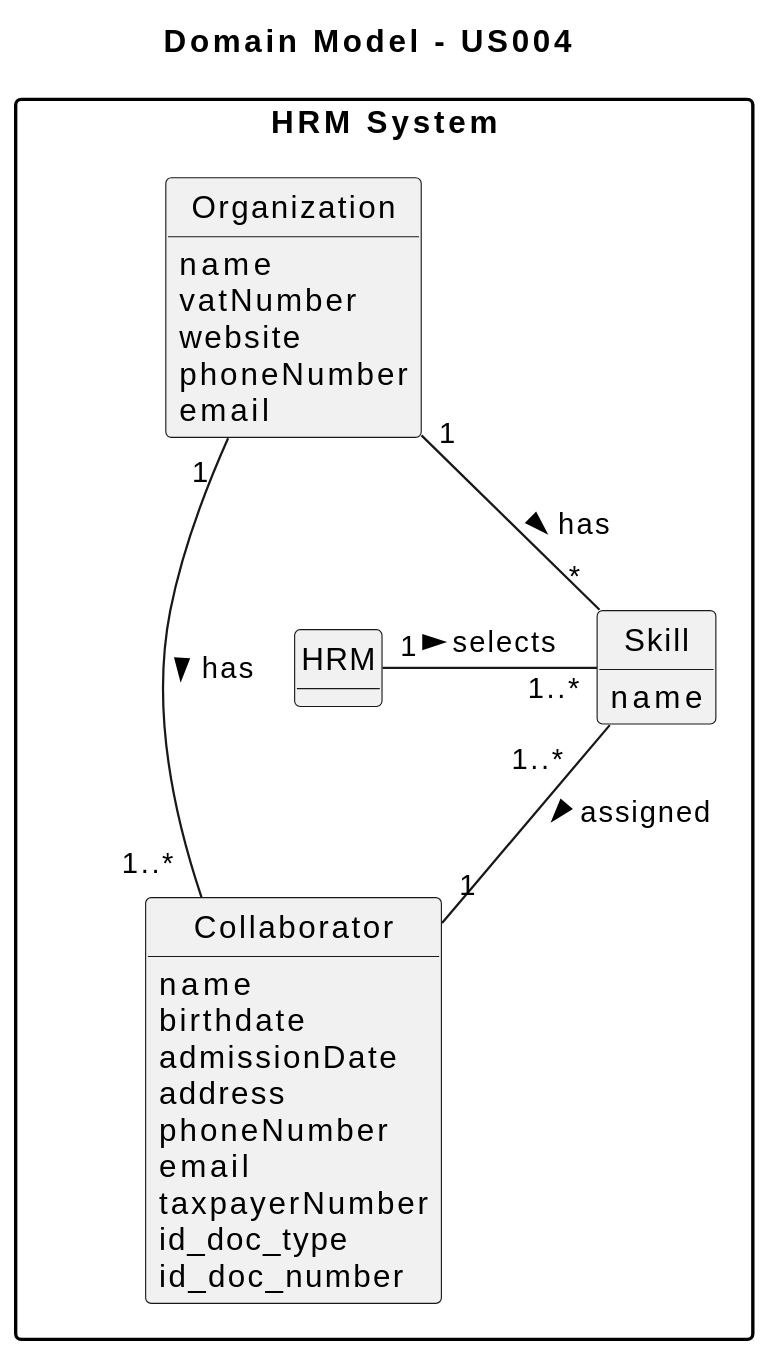
Above: docs/sprintB/us004/02.analysis/svg/us004-domain-model.svg in SAEmanuel/Green_Spaces_Management_ISEP (PlantUML), before the change.
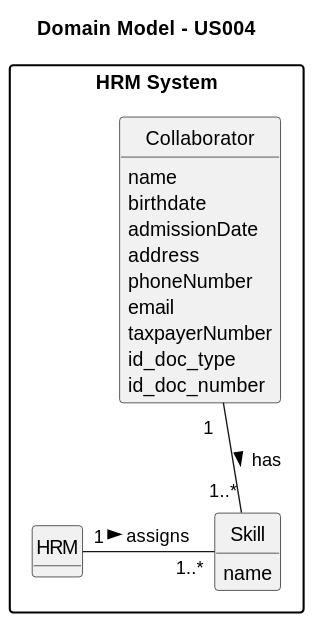
After the commit.

Commit message:
US 04: Domain Model update

What changed in the source:
```diff
@@ -29,20 +29,10 @@
         id_doc_number
     }
 
-    class Organization {
-        name
-        vatNumber
-        website
-        phoneNumber
-        email
-    }
-
     class HRM {
        }
 
-    Organization "1" -- "*" Skill : has >
-    Organization "1 " - "1..*  " Collaborator : has >
-    HRM "1" - "1..*" Skill : selects >
-    Skill "1..*   " -- "1" Collaborator : assigned >
+    HRM "1" - "1..*" Skill : assigns >
+    Collaborator "1  " -- "1..*"  Skill  : has >
 }
 @enduml
```
